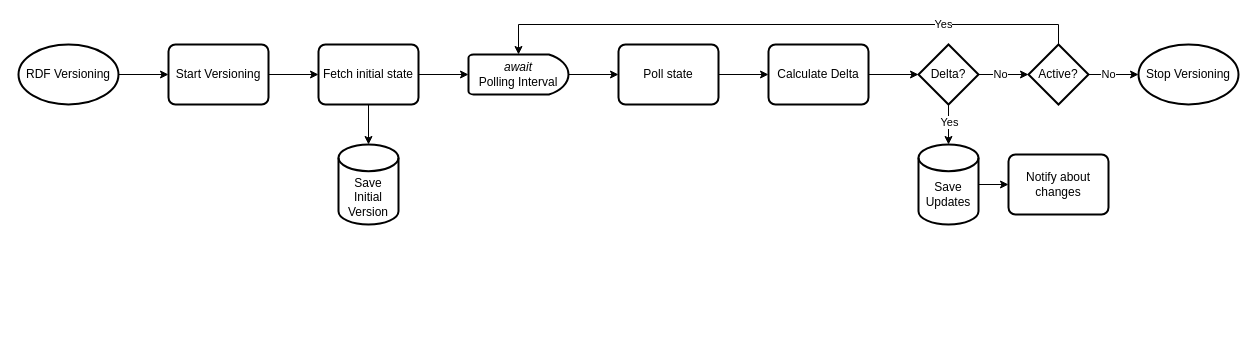
Earlier version of the draw.io diagram assets/WorkflowDiagram.drawio (GreenfishK/starvers). Source tidied: cells renumbered, new cells numbered last; positions are measured from the earlier drawing's top-left corner, leaving out a move shared by most shapes. Both pictures are drawn from the tidied source at 100%, with x=0, y=0 at pixel (18, 44).
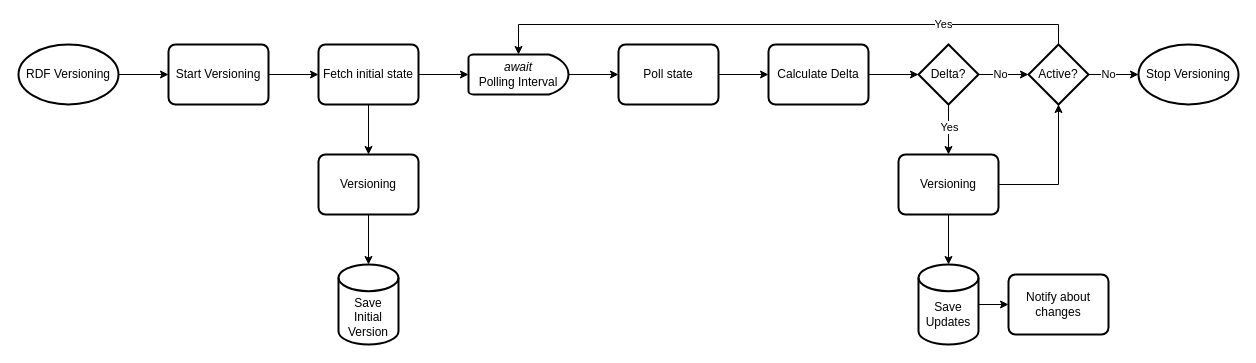
The same diagram, later.

Unchanged cells that the change refers to:
```xml
<mxCell id="8" value="Fetch initial state" style="rounded=1;whiteSpace=wrap;html=1;absoluteArcSize=1;arcSize=14;strokeWidth=2;" parent="1" vertex="1">
  <mxGeometry x="300" width="100" height="60" as="geometry" />
</mxCell>
<mxCell id="14" value="Delta?" style="strokeWidth=2;html=1;shape=mxgraph.flowchart.decision;whiteSpace=wrap;" parent="1" vertex="1">
  <mxGeometry x="900" width="60" height="60" as="geometry" />
</mxCell>
<mxCell id="20" value="Active?" style="strokeWidth=2;html=1;shape=mxgraph.flowchart.decision;whiteSpace=wrap;" parent="1" vertex="1">
  <mxGeometry x="1010" width="60" height="60" as="geometry" />
</mxCell>
```

Diff of the diagram source:
```diff
@@
-    <mxCell id="6" style="edgeStyle=orthogonalEdgeStyle;rounded=0;jettySize=auto;html=1;exitX=0.5;exitY=1;exitDx=0;exitDy=0;" parent="1" edge="1" source="8" target="9">
+    <mxCell id="6" style="edgeStyle=orthogonalEdgeStyle;rounded=0;jettySize=auto;html=1;exitX=0.5;exitY=1;exitDx=0;exitDy=0;entryX=0.5;entryY=0;entryDx=0;entryDy=0;" parent="1" edge="1" source="8" target="31">
       <mxGeometry relative="1" as="geometry" />
     </mxCell>
@@
     <mxCell id="9" value="Save Initial Version" style="strokeWidth=2;html=1;shape=mxgraph.flowchart.database;whiteSpace=wrap;spacingTop=0;verticalAlign=bottom;spacingBottom=3;" parent="1" vertex="1">
-      <mxGeometry x="320" y="100" width="60" height="80" as="geometry" />
+      <mxGeometry x="320" y="220" width="60" height="80" as="geometry" />
     </mxCell>
@@
     <mxCell id="17" value="Notify about changes" style="rounded=1;whiteSpace=wrap;html=1;absoluteArcSize=1;arcSize=14;strokeWidth=2;" parent="1" vertex="1">
-      <mxGeometry x="990" y="110" width="100" height="60" as="geometry" />
+      <mxGeometry x="990" y="230" width="100" height="60" as="geometry" />
     </mxCell>
@@
     <mxCell id="25" value="Save Updates" style="strokeWidth=2;html=1;shape=mxgraph.flowchart.database;whiteSpace=wrap;spacingTop=0;verticalAlign=bottom;spacingBottom=13;" parent="1" vertex="1">
-      <mxGeometry x="900" y="100" width="60" height="80" as="geometry" />
+      <mxGeometry x="900" y="220" width="60" height="80" as="geometry" />
     </mxCell>
-    <mxCell id="26" style="edgeStyle=orthogonalEdgeStyle;rounded=0;jettySize=auto;html=1;exitX=0.5;exitY=1;exitDx=0;exitDy=0;entryX=0.5;entryY=0;entryDx=0;entryDy=0;entryPerimeter=0;exitPerimeter=0;" parent="1" edge="1" source="14" target="25">
+    <mxCell id="26" style="edgeStyle=orthogonalEdgeStyle;rounded=0;jettySize=auto;html=1;exitX=0.5;exitY=1;exitDx=0;exitDy=0;entryX=0.5;entryY=0;entryDx=0;entryDy=0;exitPerimeter=0;" parent="1" edge="1" source="14" target="33">
       <mxGeometry relative="1" as="geometry" />
     </mxCell>
@@
+    <mxCell id="30" style="edgeStyle=orthogonalEdgeStyle;rounded=0;jettySize=auto;html=1;" parent="1" edge="1" source="31" target="9">
+      <mxGeometry relative="1" as="geometry" />
+    </mxCell>
+    <mxCell id="31" value="Versioning" style="rounded=1;whiteSpace=wrap;html=1;absoluteArcSize=1;arcSize=14;strokeWidth=2;" parent="1" vertex="1">
+      <mxGeometry x="300" y="110" width="100" height="60" as="geometry" />
+    </mxCell>
+    <mxCell id="32" style="edgeStyle=orthogonalEdgeStyle;rounded=0;jettySize=auto;html=1;" parent="1" edge="1" source="33" target="25">
+      <mxGeometry relative="1" as="geometry" />
+    </mxCell>
+    <mxCell id="33" value="Versioning" style="rounded=1;whiteSpace=wrap;html=1;absoluteArcSize=1;arcSize=14;strokeWidth=2;" parent="1" vertex="1">
+      <mxGeometry x="880" y="110" width="100" height="60" as="geometry" />
+    </mxCell>
+    <mxCell id="34" style="edgeStyle=orthogonalEdgeStyle;rounded=0;jettySize=auto;html=1;exitX=1;exitY=0.5;exitDx=0;exitDy=0;entryX=0.5;entryY=1;entryDx=0;entryDy=0;entryPerimeter=0;" parent="1" edge="1" source="33" target="20">
+      <mxGeometry relative="1" as="geometry" />
+    </mxCell>
```
